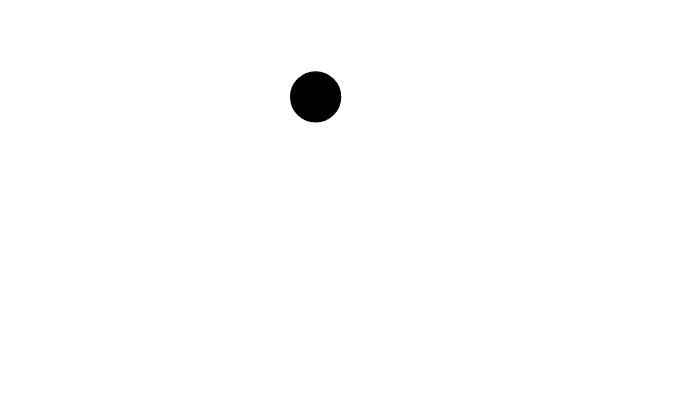
This is IngenieriaSoftware/SegundoParcialIS.drawio from Luchit0-afk/Diagramas, a draw.io file, before an edit. Source tidied: cells renumbered, new cells numbered last; positions are measured from the earlier drawing's top-left corner, leaving out a move shared by most shapes. Both pictures are drawn from the tidied source at 125%, with x=0, y=0 at pixel (290, 71).
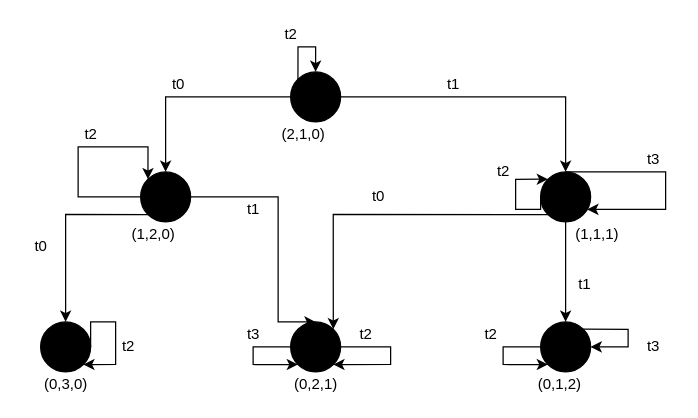
After the change.

Unchanged cells that the change refers to:
```xml
<mxCell id="2" style="ellipse;whiteSpace=wrap;html=1;fillColor=#000000;" parent="1" vertex="1">
  <mxGeometry width="40" height="40" as="geometry" />
</mxCell>
```

Diff of the diagram source:
```diff
@@
+    <mxCell id="3" style="edgeStyle=orthogonalEdgeStyle;rounded=0;jettySize=auto;html=1;exitX=0;exitY=0.5;exitDx=0;exitDy=0;entryX=0.5;entryY=0;entryDx=0;entryDy=0;" parent="1" edge="1" source="2" target="8">
+      <mxGeometry relative="1" as="geometry" />
+    </mxCell>
+    <mxCell id="4" style="edgeStyle=orthogonalEdgeStyle;rounded=0;jettySize=auto;html=1;exitX=1;exitY=0.5;exitDx=0;exitDy=0;entryX=0.5;entryY=0;entryDx=0;entryDy=0;" parent="1" edge="1" source="2" target="13">
+      <mxGeometry relative="1" as="geometry" />
+    </mxCell>
+    <mxCell id="5" style="edgeStyle=orthogonalEdgeStyle;rounded=0;orthogonalLoop=1;jettySize=auto;html=1;exitX=0;exitY=0;exitDx=0;exitDy=0;entryX=0.5;entryY=0;entryDx=0;entryDy=0;" parent="1" edge="1" source="2" target="2">
+      <mxGeometry relative="1" as="geometry">
+        <Array as="points">
+          <mxPoint x="6" y="-20" />
+          <mxPoint x="20" y="-20" />
+        </Array>
+      </mxGeometry>
+    </mxCell>
@@
+    <mxCell id="6" style="edgeStyle=orthogonalEdgeStyle;rounded=0;jettySize=auto;html=1;exitX=0;exitY=1;exitDx=0;exitDy=0;entryX=0.5;entryY=0;entryDx=0;entryDy=0;" parent="1" edge="1" source="8" target="16">
+      <mxGeometry relative="1" as="geometry" />
+    </mxCell>
+    <mxCell id="7" style="edgeStyle=orthogonalEdgeStyle;rounded=0;jettySize=auto;html=1;exitX=1;exitY=0.5;exitDx=0;exitDy=0;entryX=0.5;entryY=0;entryDx=0;entryDy=0;" parent="1" edge="1" source="8" target="18">
+      <mxGeometry relative="1" as="geometry">
+        <Array as="points">
+          <mxPoint x="-10" y="100" />
+          <mxPoint x="-10" y="200" />
+        </Array>
+      </mxGeometry>
+    </mxCell>
+    <mxCell id="8" style="ellipse;whiteSpace=wrap;html=1;fillColor=#000000;" parent="1" vertex="1">
+      <mxGeometry x="-120" y="80" width="40" height="40" as="geometry" />
+    </mxCell>
+    <mxCell id="9" style="edgeStyle=orthogonalEdgeStyle;rounded=0;orthogonalLoop=1;jettySize=auto;html=1;" parent="1" edge="1" source="13" target="13">
+      <mxGeometry relative="1" as="geometry">
+        <Array as="points">
+          <mxPoint x="300" y="80" />
+          <mxPoint x="300" y="110" />
+        </Array>
+      </mxGeometry>
+    </mxCell>
+    <mxCell id="10" style="edgeStyle=orthogonalEdgeStyle;rounded=0;jettySize=auto;html=1;exitX=0;exitY=1;exitDx=0;exitDy=0;entryX=1;entryY=0;entryDx=0;entryDy=0;" parent="1" edge="1" source="13" target="18">
+      <mxGeometry relative="1" as="geometry" />
+    </mxCell>
+    <mxCell id="11" style="edgeStyle=orthogonalEdgeStyle;rounded=0;jettySize=auto;html=1;exitX=0.5;exitY=1;exitDx=0;exitDy=0;entryX=0.5;entryY=0;entryDx=0;entryDy=0;" parent="1" edge="1" source="13" target="21">
+      <mxGeometry relative="1" as="geometry" />
+    </mxCell>
+    <mxCell id="12" style="edgeStyle=orthogonalEdgeStyle;rounded=0;orthogonalLoop=1;jettySize=auto;html=1;exitX=0;exitY=0.5;exitDx=0;exitDy=0;entryX=0;entryY=0;entryDx=0;entryDy=0;" parent="1" edge="1" source="13" target="13">
+      <mxGeometry relative="1" as="geometry">
+        <Array as="points">
+          <mxPoint x="200" y="110" />
+          <mxPoint x="180" y="110" />
+          <mxPoint x="180" y="86" />
+        </Array>
+      </mxGeometry>
+    </mxCell>
+    <mxCell id="13" style="ellipse;whiteSpace=wrap;html=1;fillColor=#000000;" parent="1" vertex="1">
+      <mxGeometry x="200" y="80" width="40" height="40" as="geometry" />
+    </mxCell>
+    <mxCell id="14" style="edgeStyle=orthogonalEdgeStyle;rounded=0;orthogonalLoop=1;jettySize=auto;html=1;exitX=0;exitY=0.5;exitDx=0;exitDy=0;entryX=0;entryY=0;entryDx=0;entryDy=0;" parent="1" edge="1" source="8" target="8">
+      <mxGeometry relative="1" as="geometry">
+        <Array as="points">
+          <mxPoint x="-170" y="100" />
+          <mxPoint x="-170" y="60" />
+          <mxPoint x="-114" y="60" />
+        </Array>
+      </mxGeometry>
+    </mxCell>
+    <mxCell id="15" style="edgeStyle=orthogonalEdgeStyle;rounded=0;orthogonalLoop=1;jettySize=auto;html=1;exitX=1;exitY=0.5;exitDx=0;exitDy=0;entryX=1;entryY=1;entryDx=0;entryDy=0;" parent="1" edge="1" source="16" target="16">
+      <mxGeometry relative="1" as="geometry">
+        <Array as="points">
+          <mxPoint x="-160" y="200" />
+          <mxPoint x="-140" y="200" />
+          <mxPoint x="-140" y="234" />
+        </Array>
+      </mxGeometry>
+    </mxCell>
+    <mxCell id="16" style="ellipse;whiteSpace=wrap;html=1;fillColor=#000000;" parent="1" vertex="1">
+      <mxGeometry x="-200" y="200" width="40" height="40" as="geometry" />
+    </mxCell>
+    <mxCell id="17" style="edgeStyle=orthogonalEdgeStyle;rounded=0;orthogonalLoop=1;jettySize=auto;html=1;exitX=1;exitY=0.5;exitDx=0;exitDy=0;entryX=1;entryY=1;entryDx=0;entryDy=0;" parent="1" edge="1" source="18" target="18">
+      <mxGeometry relative="1" as="geometry">
+        <Array as="points">
+          <mxPoint x="80" y="220" />
+          <mxPoint x="80" y="234" />
+        </Array>
+      </mxGeometry>
+    </mxCell>
+    <mxCell id="18" style="ellipse;whiteSpace=wrap;html=1;fillColor=#000000;" parent="1" vertex="1">
+      <mxGeometry y="200" width="40" height="40" as="geometry" />
+    </mxCell>
+    <mxCell id="19" style="edgeStyle=orthogonalEdgeStyle;rounded=0;orthogonalLoop=1;jettySize=auto;html=1;exitX=0;exitY=0.5;exitDx=0;exitDy=0;entryX=0;entryY=1;entryDx=0;entryDy=0;" parent="1" edge="1" source="18" target="18">
+      <mxGeometry relative="1" as="geometry">
+        <Array as="points">
+          <mxPoint x="-30" y="220" />
+          <mxPoint x="-30" y="234" />
+        </Array>
+      </mxGeometry>
+    </mxCell>
+    <mxCell id="20" style="edgeStyle=orthogonalEdgeStyle;rounded=0;orthogonalLoop=1;jettySize=auto;html=1;exitX=0;exitY=0.5;exitDx=0;exitDy=0;entryX=0;entryY=1;entryDx=0;entryDy=0;" parent="1" edge="1" source="21" target="21">
+      <mxGeometry relative="1" as="geometry">
+        <Array as="points">
+          <mxPoint x="170" y="220" />
+          <mxPoint x="170" y="234" />
+        </Array>
+      </mxGeometry>
+    </mxCell>
+    <mxCell id="21" style="ellipse;whiteSpace=wrap;html=1;fillColor=#000000;" parent="1" vertex="1">
+      <mxGeometry x="200" y="200" width="40" height="40" as="geometry" />
+    </mxCell>
+    <mxCell id="22" style="edgeStyle=orthogonalEdgeStyle;rounded=0;orthogonalLoop=1;jettySize=auto;html=1;exitX=1;exitY=0;exitDx=0;exitDy=0;entryX=1;entryY=0.5;entryDx=0;entryDy=0;" parent="1" edge="1" source="21" target="21">
+      <mxGeometry relative="1" as="geometry">
+        <Array as="points">
+          <mxPoint x="270" y="206" />
+          <mxPoint x="270" y="220" />
+        </Array>
+      </mxGeometry>
+    </mxCell>
+    <mxCell id="23" value="t2" style="text;html=1;align=center;verticalAlign=middle;strokeColor=none;fillColor=none;" parent="1" vertex="1">
+      <mxGeometry x="-15" y="-40" width="30" height="20" as="geometry" />
+    </mxCell>
+    <mxCell id="24" value="t0" style="text;html=1;align=center;verticalAlign=middle;strokeColor=none;fillColor=none;" parent="1" vertex="1">
+      <mxGeometry x="-105" width="30" height="20" as="geometry" />
+    </mxCell>
+    <mxCell id="25" value="t1" style="text;html=1;align=center;verticalAlign=middle;strokeColor=none;fillColor=none;" parent="1" vertex="1">
+      <mxGeometry x="115" width="30" height="20" as="geometry" />
+    </mxCell>
+    <mxCell id="26" value="t2" style="text;html=1;align=center;verticalAlign=middle;strokeColor=none;fillColor=none;" parent="1" vertex="1">
+      <mxGeometry x="-175" y="40" width="30" height="20" as="geometry" />
+    </mxCell>
+    <mxCell id="27" value="t0" style="text;html=1;align=center;verticalAlign=middle;strokeColor=none;fillColor=none;" parent="1" vertex="1">
+      <mxGeometry x="-215" y="130" width="30" height="20" as="geometry" />
+    </mxCell>
+    <mxCell id="28" value="t2" style="text;html=1;align=center;verticalAlign=middle;strokeColor=none;fillColor=none;" parent="1" vertex="1">
+      <mxGeometry x="-145" y="210" width="30" height="20" as="geometry" />
+    </mxCell>
+    <mxCell id="29" value="t3" style="text;html=1;align=center;verticalAlign=middle;strokeColor=none;fillColor=none;" parent="1" vertex="1">
+      <mxGeometry x="-45" y="200" width="30" height="20" as="geometry" />
+    </mxCell>
+    <mxCell id="30" value="t2" style="text;html=1;align=center;verticalAlign=middle;strokeColor=none;fillColor=none;" parent="1" vertex="1">
+      <mxGeometry x="45" y="200" width="30" height="20" as="geometry" />
+    </mxCell>
+    <mxCell id="31" value="t3" style="text;html=1;align=center;verticalAlign=middle;strokeColor=none;fillColor=none;" parent="1" vertex="1">
+      <mxGeometry x="275" y="60" width="30" height="20" as="geometry" />
+    </mxCell>
+    <mxCell id="32" value="t2" style="text;html=1;align=center;verticalAlign=middle;strokeColor=none;fillColor=none;" parent="1" vertex="1">
+      <mxGeometry x="155" y="70" width="30" height="20" as="geometry" />
+    </mxCell>
+    <mxCell id="33" value="t1" style="text;html=1;align=center;verticalAlign=middle;strokeColor=none;fillColor=none;" parent="1" vertex="1">
+      <mxGeometry x="220" y="160" width="30" height="20" as="geometry" />
+    </mxCell>
+    <mxCell id="34" value="t3" style="text;html=1;align=center;verticalAlign=middle;strokeColor=none;fillColor=none;" parent="1" vertex="1">
+      <mxGeometry x="275" y="210" width="30" height="20" as="geometry" />
+    </mxCell>
+    <mxCell id="35" value="t2&lt;br&gt;" style="text;html=1;align=center;verticalAlign=middle;strokeColor=none;fillColor=none;" parent="1" vertex="1">
+      <mxGeometry x="145" y="200" width="30" height="20" as="geometry" />
+    </mxCell>
+    <mxCell id="36" value="(0,1,2)" style="text;html=1;align=center;verticalAlign=middle;strokeColor=none;fillColor=none;" parent="1" vertex="1">
+      <mxGeometry x="190" y="240" width="50" height="20" as="geometry" />
+    </mxCell>
+    <mxCell id="37" value="(0,2,1)" style="text;html=1;align=center;verticalAlign=middle;strokeColor=none;fillColor=none;" parent="1" vertex="1">
+      <mxGeometry x="-5" y="240" width="50" height="20" as="geometry" />
+    </mxCell>
+    <mxCell id="38" value="(1,1,1)" style="text;html=1;align=center;verticalAlign=middle;strokeColor=none;fillColor=none;" parent="1" vertex="1">
+      <mxGeometry x="220" y="120" width="50" height="20" as="geometry" />
+    </mxCell>
+    <mxCell id="39" value="(2,1,0)" style="text;html=1;align=center;verticalAlign=middle;strokeColor=none;fillColor=none;" parent="1" vertex="1">
+      <mxGeometry x="-15" y="40" width="50" height="20" as="geometry" />
+    </mxCell>
+    <mxCell id="40" value="(1,2,0)" style="text;html=1;align=center;verticalAlign=middle;strokeColor=none;fillColor=none;" parent="1" vertex="1">
+      <mxGeometry x="-135" y="120" width="50" height="20" as="geometry" />
+    </mxCell>
+    <mxCell id="41" value="(0,3,0)" style="text;html=1;align=center;verticalAlign=middle;strokeColor=none;fillColor=none;" parent="1" vertex="1">
+      <mxGeometry x="-205" y="240" width="50" height="20" as="geometry" />
+    </mxCell>
+    <mxCell id="42" value="t1" style="text;html=1;align=center;verticalAlign=middle;strokeColor=none;fillColor=none;" parent="1" vertex="1">
+      <mxGeometry x="-45" y="100" width="30" height="20" as="geometry" />
+    </mxCell>
+    <mxCell id="43" value="t0" style="text;html=1;align=center;verticalAlign=middle;strokeColor=none;fillColor=none;" parent="1" vertex="1">
+      <mxGeometry x="55" y="90" width="30" height="20" as="geometry" />
+    </mxCell>
```
